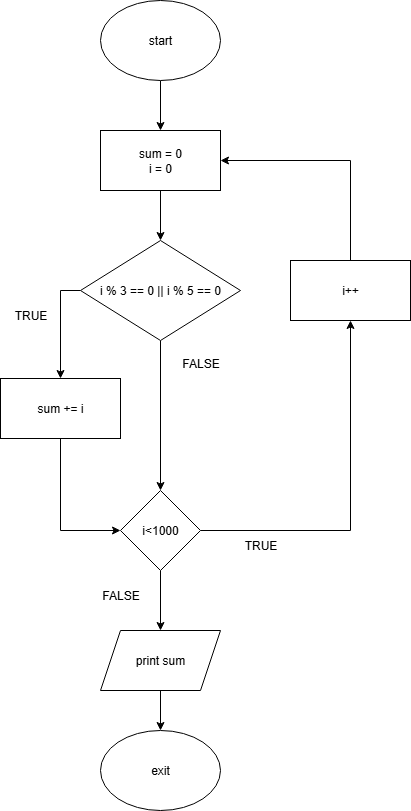
Before: Q1/Q1.png, a diagram exported from draw.io (ulassenguler/ProjectEuler-Questions). Source tidied: cells renumbered, new cells last; positions are measured from the earlier drawing's top-left corner, leaving out a move shared by most shapes.
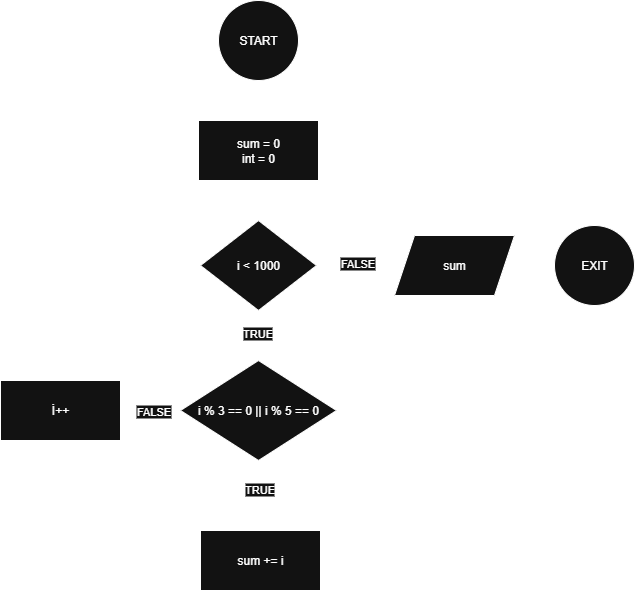
The same file after the commit.

What changed in the source:
```diff
@@ -2,79 +2,70 @@
   <root>
     <mxCell id="0" />
     <mxCell id="1" parent="0" />
-    <mxCell id="2" style="endArrow=classic;html=1;rounded=0;exitX=0.5;exitY=1;exitDx=0;exitDy=0;" parent="1" edge="1">
-      <mxGeometry relative="1" as="geometry">
-        <mxPoint x="160" y="80" as="sourcePoint" />
-        <mxPoint x="160" y="130" as="targetPoint" />
-      </mxGeometry>
-    </mxCell>
-    <mxCell id="3" style="edgeStyle=orthogonalEdgeStyle;rounded=0;jettySize=auto;html=1;" parent="1" edge="1" source="4" target="17">
-      <mxGeometry relative="1" as="geometry" />
-    </mxCell>
-    <mxCell id="4" value="sum = 0&lt;div&gt;i = 0&lt;/div&gt;" style="rounded=0;whiteSpace=wrap;html=1;" parent="1" vertex="1">
-      <mxGeometry x="100" y="130" width="120" height="60" as="geometry" />
-    </mxCell>
-    <mxCell id="5" value="start" style="ellipse;whiteSpace=wrap;html=1;" parent="1" vertex="1">
-      <mxGeometry x="100" width="120" height="80" as="geometry" />
-    </mxCell>
-    <mxCell id="6" style="edgeStyle=orthogonalEdgeStyle;rounded=0;jettySize=auto;html=1;exitX=0.5;exitY=1;exitDx=0;exitDy=0;entryX=0.5;entryY=0;entryDx=0;entryDy=0;" parent="1" edge="1" source="7" target="8">
-      <mxGeometry relative="1" as="geometry" />
-    </mxCell>
-    <mxCell id="7" value="print&amp;nbsp;&lt;span style=&quot;background-color: transparent; color: light-dark(rgb(0, 0, 0), rgb(255, 255, 255));&quot;&gt;sum&lt;/span&gt;" style="shape=parallelogram;perimeter=parallelogramPerimeter;whiteSpace=wrap;html=1;fixedSize=1;" parent="1" vertex="1">
-      <mxGeometry x="100" y="630" width="120" height="60" as="geometry" />
-    </mxCell>
-    <mxCell id="8" value="exit" style="ellipse;whiteSpace=wrap;html=1;" parent="1" vertex="1">
-      <mxGeometry x="100" y="730" width="120" height="80" as="geometry" />
-    </mxCell>
-    <mxCell id="9" style="edgeStyle=orthogonalEdgeStyle;rounded=0;jettySize=auto;html=1;" parent="1" edge="1" source="10" target="14">
-      <mxGeometry relative="1" as="geometry">
-        <Array as="points">
-          <mxPoint x="60" y="530" />
-        </Array>
-      </mxGeometry>
-    </mxCell>
+    <mxCell id="23" style="edgeStyle=orthogonalEdgeStyle;rounded=0;jettySize=auto;html=1;exitX=0.5;exitY=1;exitDx=0;exitDy=0;entryX=0.5;entryY=0;entryDx=0;entryDy=0;" parent="1" edge="1" target="25">
+      <mxGeometry relative="1" as="geometry">
+        <mxPoint x="148" y="60" as="sourcePoint" />
+      </mxGeometry>
+    </mxCell>
+    <mxCell id="24" style="edgeStyle=orthogonalEdgeStyle;rounded=0;jettySize=auto;html=1;" parent="1" edge="1" source="25" target="30">
+      <mxGeometry relative="1" as="geometry" />
+    </mxCell>
+    <mxCell id="25" value="sum&amp;nbsp;&lt;span style=&quot;background-color: transparent; color: light-dark(rgb(0, 0, 0), rgb(255, 255, 255));&quot;&gt;= 0&lt;/span&gt;&lt;div&gt;&lt;span style=&quot;background-color: transparent; color: light-dark(rgb(0, 0, 0), rgb(255, 255, 255));&quot;&gt;int = 0&lt;/span&gt;&lt;/div&gt;" style="rounded=0;whiteSpace=wrap;html=1;" parent="1" vertex="1">
+      <mxGeometry x="88" y="100" width="120" height="60" as="geometry" />
+    </mxCell>
+    <mxCell id="26" style="edgeStyle=orthogonalEdgeStyle;rounded=0;jettySize=auto;html=1;exitX=0.5;exitY=1;exitDx=0;exitDy=0;entryX=0.5;entryY=0;entryDx=0;entryDy=0;" parent="1" edge="1" source="30" target="17">
+      <mxGeometry relative="1" as="geometry" />
+    </mxCell>
+    <mxCell id="27" value="TRUE" style="edgeLabel;html=1;align=center;verticalAlign=middle;" parent="26" vertex="1">
+      <mxGeometry x="-0.11" y="-2" relative="1" as="geometry" />
+    </mxCell>
+    <mxCell id="28" style="edgeStyle=orthogonalEdgeStyle;rounded=0;jettySize=auto;html=1;" parent="1" edge="1" source="30" target="35">
+      <mxGeometry relative="1" as="geometry" />
+    </mxCell>
+    <mxCell id="29" value="FALSE" style="edgeLabel;html=1;align=center;verticalAlign=middle;" parent="28" vertex="1">
+      <mxGeometry x="-0.08" y="3" relative="1" as="geometry" />
+    </mxCell>
+    <mxCell id="30" value="i &amp;lt; 1000" style="rhombus;whiteSpace=wrap;html=1;" parent="1" vertex="1">
+      <mxGeometry x="90" y="200" width="116" height="90" as="geometry" />
+    </mxCell>
+    <mxCell id="15" style="edgeStyle=orthogonalEdgeStyle;rounded=0;jettySize=auto;html=1;" parent="1" edge="1" source="17" target="10">
+      <mxGeometry relative="1" as="geometry" />
+    </mxCell>
+    <mxCell id="31" value="TRUE" style="edgeLabel;html=1;align=center;verticalAlign=middle;" parent="15" vertex="1">
+      <mxGeometry x="-0.23" relative="1" as="geometry" />
+    </mxCell>
+    <mxCell id="32" style="edgeStyle=orthogonalEdgeStyle;rounded=0;jettySize=auto;html=1;exitX=0;exitY=0.5;exitDx=0;exitDy=0;entryX=1;entryY=0.5;entryDx=0;entryDy=0;" parent="1" edge="1" source="17" target="39">
+      <mxGeometry relative="1" as="geometry" />
+    </mxCell>
+    <mxCell id="33" value="FALSE" style="edgeLabel;html=1;align=center;verticalAlign=middle;" parent="32" vertex="1">
+      <mxGeometry x="-0.07" relative="1" as="geometry" />
+    </mxCell>
+    <mxCell id="17" value="i % 3 == 0 || i % 5 == 0" style="rhombus;whiteSpace=wrap;html=1;" parent="1" vertex="1">
+      <mxGeometry x="70" y="340" width="156" height="100" as="geometry" />
+    </mxCell>
+    <mxCell id="34" style="edgeStyle=orthogonalEdgeStyle;rounded=0;jettySize=auto;html=1;" parent="1" edge="1" source="35" target="36">
+      <mxGeometry relative="1" as="geometry" />
+    </mxCell>
+    <mxCell id="35" value="sum" style="shape=parallelogram;perimeter=parallelogramPerimeter;whiteSpace=wrap;html=1;fixedSize=1;" parent="1" vertex="1">
+      <mxGeometry x="284" y="215" width="120" height="60" as="geometry" />
+    </mxCell>
+    <mxCell id="36" value="EXIT" style="ellipse;whiteSpace=wrap;html=1;" parent="1" vertex="1">
+      <mxGeometry x="444" y="205" width="80" height="80" as="geometry" />
+    </mxCell>
+    <mxCell id="37" value="START" style="ellipse;whiteSpace=wrap;html=1;" parent="1" vertex="1">
+      <mxGeometry x="108" y="-20" width="80" height="80" as="geometry" />
+    </mxCell>
+    <mxCell id="38" style="edgeStyle=orthogonalEdgeStyle;rounded=0;jettySize=auto;html=1;exitX=0.5;exitY=0;exitDx=0;exitDy=0;entryX=0;entryY=0.5;entryDx=0;entryDy=0;" parent="1" edge="1" source="39" target="30">
+      <mxGeometry relative="1" as="geometry" />
+    </mxCell>
+    <mxCell id="39" value="İ++" style="whiteSpace=wrap;html=1;" parent="1" vertex="1">
+      <mxGeometry x="-110" y="360" width="120" height="60" as="geometry" />
+    </mxCell>
+    <mxCell id="40" style="edgeStyle=orthogonalEdgeStyle;rounded=0;jettySize=auto;html=1;exitX=1;exitY=0.5;exitDx=0;exitDy=0;entryX=0.5;entryY=1;entryDx=0;entryDy=0;" parent="1" edge="1" source="10" target="35">
+      <mxGeometry relative="1" as="geometry" />
+    </mxCell>
-    <mxCell id="10" value="sum += i" style="rounded=0;whiteSpace=wrap;html=1;" parent="1" vertex="1">
-      <mxGeometry y="378" width="120" height="60" as="geometry" />
+    <mxCell id="10" value="sum += i" style="whiteSpace=wrap;html=1;" parent="1" vertex="1">
+      <mxGeometry x="90" y="510" width="120" height="60" as="geometry" />
     </mxCell>
-    <mxCell id="11" value="FALSE" style="text;html=1;align=center;verticalAlign=middle;strokeColor=none;fillColor=none;" parent="1" vertex="1">
-      <mxGeometry x="170" y="348" width="60" height="30" as="geometry" />
-    </mxCell>
-    <mxCell id="12" style="edgeStyle=orthogonalEdgeStyle;rounded=0;jettySize=auto;html=1;exitX=0.5;exitY=1;exitDx=0;exitDy=0;entryX=0.5;entryY=0;entryDx=0;entryDy=0;" parent="1" edge="1" source="14" target="7">
-      <mxGeometry relative="1" as="geometry" />
-    </mxCell>
-    <mxCell id="13" style="edgeStyle=orthogonalEdgeStyle;rounded=0;jettySize=auto;html=1;exitX=1;exitY=0.5;exitDx=0;exitDy=0;entryX=0.5;entryY=1;entryDx=0;entryDy=0;" parent="1" edge="1" source="14" target="21">
-      <mxGeometry relative="1" as="geometry" />
-    </mxCell>
-    <mxCell id="14" value="i&amp;lt;1000" style="rhombus;whiteSpace=wrap;html=1;" parent="1" vertex="1">
-      <mxGeometry x="120" y="490" width="80" height="80" as="geometry" />
-    </mxCell>
-    <mxCell id="15" style="edgeStyle=orthogonalEdgeStyle;rounded=0;jettySize=auto;html=1;exitX=0;exitY=0.5;exitDx=0;exitDy=0;entryX=0.5;entryY=0;entryDx=0;entryDy=0;" parent="1" edge="1" source="17" target="10">
-      <mxGeometry relative="1" as="geometry">
-        <Array as="points">
-          <mxPoint x="60" y="290" />
-        </Array>
-      </mxGeometry>
-    </mxCell>
-    <mxCell id="16" style="edgeStyle=orthogonalEdgeStyle;rounded=0;jettySize=auto;html=1;exitX=0.5;exitY=1;exitDx=0;exitDy=0;entryX=0.5;entryY=0;entryDx=0;entryDy=0;" parent="1" edge="1" source="17" target="14">
-      <mxGeometry relative="1" as="geometry" />
-    </mxCell>
-    <mxCell id="17" value="i % 3 == 0 || i % 5 == 0" style="rhombus;whiteSpace=wrap;html=1;" parent="1" vertex="1">
-      <mxGeometry x="80" y="240" width="160" height="100" as="geometry" />
-    </mxCell>
-    <mxCell id="18" value="TRUE" style="text;html=1;align=center;verticalAlign=middle;strokeColor=none;fillColor=none;" parent="1" vertex="1">
-      <mxGeometry y="300" width="60" height="30" as="geometry" />
-    </mxCell>
-    <mxCell id="19" value="FALSE" style="text;html=1;align=center;verticalAlign=middle;strokeColor=none;fillColor=none;" parent="1" vertex="1">
-      <mxGeometry x="90" y="580" width="60" height="30" as="geometry" />
-    </mxCell>
-    <mxCell id="20" style="edgeStyle=orthogonalEdgeStyle;rounded=0;jettySize=auto;html=1;exitX=0.5;exitY=0;exitDx=0;exitDy=0;entryX=1;entryY=0.5;entryDx=0;entryDy=0;" parent="1" edge="1" source="21" target="4">
-      <mxGeometry relative="1" as="geometry" />
-    </mxCell>
-    <mxCell id="21" value="i++" style="rounded=0;whiteSpace=wrap;html=1;" parent="1" vertex="1">
-      <mxGeometry x="290" y="260" width="120" height="60" as="geometry" />
-    </mxCell>
-    <mxCell id="22" value="TRUE" style="text;html=1;align=center;verticalAlign=middle;strokeColor=none;fillColor=none;" parent="1" vertex="1">
-      <mxGeometry x="230" y="530" width="60" height="30" as="geometry" />
-    </mxCell>
   </root>
 </mxGraphModel>
```
